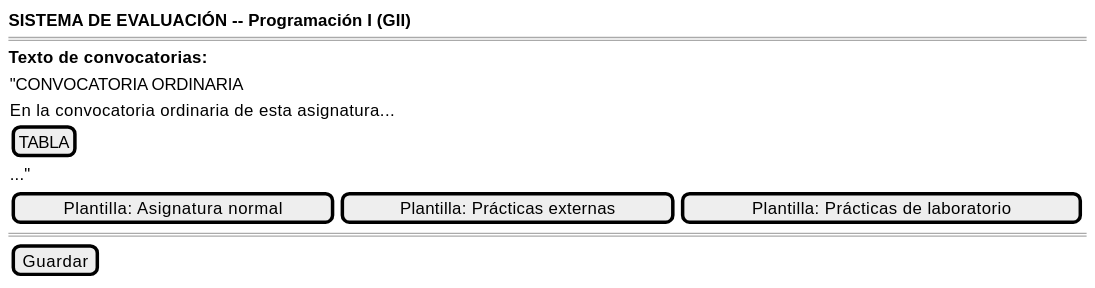
Above: images/RUP/01-requisitos/03-detalle-casos-uso/editarTextoSistemaEvaluacion/wireframe.svg in mmasias/pyCeldaPublico (PlantUML), before the change.
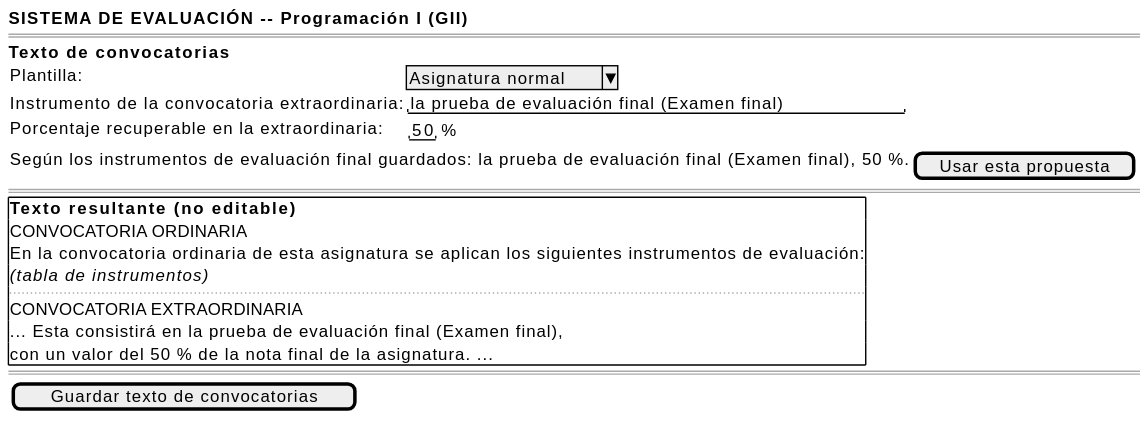
Later version of the same file.

Diff of the diagram source:
```diff
@@ -2,17 +2,27 @@
 {
     <b>SISTEMA DE EVALUACIÓN -- Programación I (GII)</b>
     ====
-    <b>Texto de convocatorias:</b>
+    <b>Texto de convocatorias</b>
     {
-        "CONVOCATORIA ORDINARIA
-
-        En la convocatoria ordinaria de esta asignatura...
-
-        [TABLA]
-        ..."
+        Plantilla: | ^Asignatura normal^
+        Instrumento de la convocatoria extraordinaria: | "la prueba de evaluación final (Examen final)"
+        Porcentaje recuperable en la extraordinaria: | {"50" | %}
     }
-    {[Plantilla: Asignatura normal] | [Plantilla: Prácticas externas] | [Plantilla: Prácticas de laboratorio]}
+    {
+        Según los instrumentos de evaluación final guardados: la prueba de evaluación final (Examen final), 50 %. | [Usar esta propuesta]
+    }
     ====
-    {[Guardar]}
+    {+
+        <b>Texto resultante (no editable)</b>
+        CONVOCATORIA ORDINARIA
+        En la convocatoria ordinaria de esta asignatura se aplican los siguientes instrumentos de evaluación:
+        <i>(tabla de instrumentos)</i>
+        ...
+        CONVOCATORIA EXTRAORDINARIA
+        ... Esta consistirá en la prueba de evaluación final (Examen final),
+        con un valor del 50 % de la nota final de la asignatura. ...
+    }
+    ====
+    {[Guardar texto de convocatorias]}
 }
 @endsalt
```
